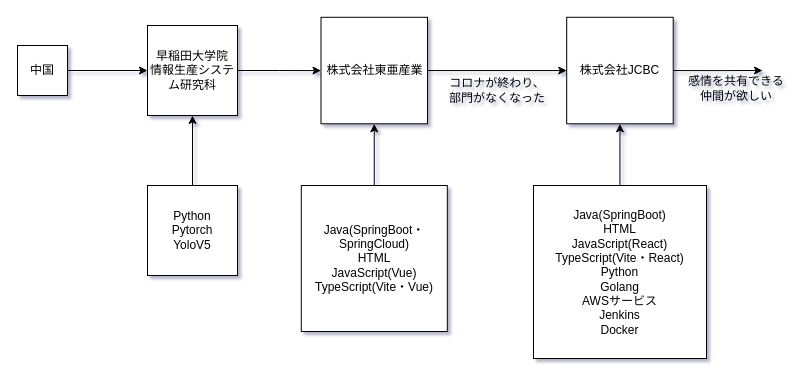
This is 未命名绘图.drawio from LUOXINGYI/LeetCode-learning, a draw.io file, before an edit. Source tidied: cells renumbered, new cells numbered last; positions are measured from the earlier drawing's top-left corner, leaving out a move shared by most shapes. Both pictures are drawn from the tidied source at 100%, with x=0, y=0 at pixel (17, 17).
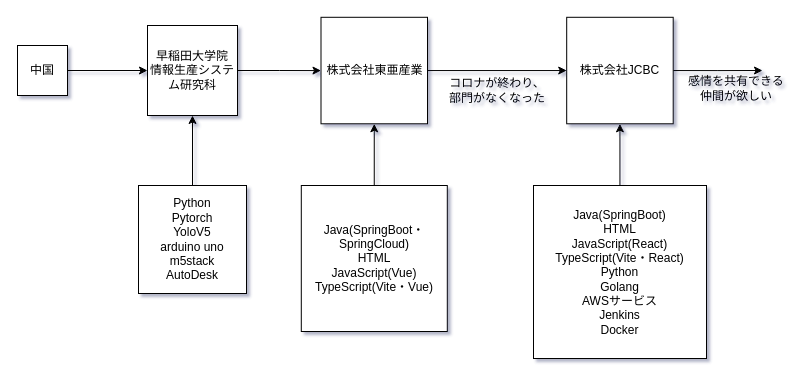
The same diagram, later.

Commit message:
更新未命名绘图.drawio

Diff of the diagram source:
```diff
@@
 <mxGraphModel background="#FFFFFF" shadow="1">
   <root>
     <mxCell id="0" />
     <mxCell id="1" parent="0" />
     <mxCell id="2" style="edgeStyle=orthogonalEdgeStyle;rounded=0;jettySize=auto;html=1;strokeColor=#000000;" parent="1" edge="1" source="3" target="5">
       <mxGeometry relative="1" as="geometry" />
     </mxCell>
     <mxCell id="3" value="中国" style="whiteSpace=wrap;html=1;" parent="1" vertex="1">
       <mxGeometry y="28" width="50" height="50" as="geometry" />
     </mxCell>
     <mxCell id="4" style="edgeStyle=orthogonalEdgeStyle;rounded=0;jettySize=auto;html=1;strokeColor=#000000;" parent="1" edge="1" source="5" target="9">
       <mxGeometry relative="1" as="geometry" />
     </mxCell>
     <mxCell id="5" value="早稲田大学院　情報生産システム研究科" style="whiteSpace=wrap;html=1;" parent="1" vertex="1">
       <mxGeometry x="130" y="8" width="90" height="90" as="geometry" />
     </mxCell>
     <mxCell id="6" style="edgeStyle=orthogonalEdgeStyle;rounded=0;jettySize=auto;html=1;entryX=0.5;entryY=1;entryDx=0;entryDy=0;strokeColor=#000000;" parent="1" edge="1" source="7" target="5">
       <mxGeometry relative="1" as="geometry" />
     </mxCell>
-    <mxCell id="7" value="Python&lt;br&gt;Pytorch&lt;br&gt;YoloV5" style="whiteSpace=wrap;html=1;" parent="1" vertex="1">
-      <mxGeometry x="130" y="168" width="90" height="90" as="geometry" />
+    <mxCell id="7" value="Python&lt;br&gt;Pytorch&lt;br&gt;YoloV5&lt;div&gt;arduino uno&lt;/div&gt;&lt;div&gt;m5stack&lt;/div&gt;&lt;div&gt;AutoDesk&lt;/div&gt;" style="whiteSpace=wrap;html=1;" parent="1" vertex="1">
+      <mxGeometry x="121" y="168" width="108" height="108" as="geometry" />
     </mxCell>
     <mxCell id="8" style="edgeStyle=orthogonalEdgeStyle;rounded=0;jettySize=auto;html=1;strokeColor=#000000;" parent="1" edge="1" source="9" target="13">
       <mxGeometry relative="1" as="geometry" />
     </mxCell>
     <mxCell id="9" value="株式会社東亜産業" style="whiteSpace=wrap;html=1;" parent="1" vertex="1">
       <mxGeometry x="303.5" y="-0.2" width="106.5" height="106.5" as="geometry" />
     </mxCell>
     <mxCell id="10" style="edgeStyle=orthogonalEdgeStyle;rounded=0;jettySize=auto;html=1;entryX=0.5;entryY=1;entryDx=0;entryDy=0;strokeColor=#000000;" parent="1" edge="1" source="11" target="9">
       <mxGeometry relative="1" as="geometry" />
     </mxCell>
     <mxCell id="11" value="Java(SpringBoot・SpringCloud)&lt;br&gt;HTML&lt;br&gt;JavaScript(Vue)&lt;br&gt;TypeScript(Vite・Vue)" style="whiteSpace=wrap;html=1;" parent="1" vertex="1">
       <mxGeometry x="283.8" y="168" width="146" height="146" as="geometry" />
     </mxCell>
     <mxCell id="12" style="edgeStyle=orthogonalEdgeStyle;rounded=0;jettySize=auto;html=1;exitX=1;exitY=0.5;exitDx=0;exitDy=0;strokeColor=#000000;" parent="1" edge="1" source="13">
       <mxGeometry relative="1" as="geometry">
         <mxPoint x="745" y="53" as="targetPoint" />
       </mxGeometry>
     </mxCell>
     <mxCell id="13" value="株式会社JCBC" style="whiteSpace=wrap;html=1;" parent="1" vertex="1">
       <mxGeometry x="549.2" y="-0.2" width="106.5" height="106.5" as="geometry" />
     </mxCell>
     <mxCell id="14" style="edgeStyle=orthogonalEdgeStyle;rounded=0;jettySize=auto;html=1;entryX=0.5;entryY=1;entryDx=0;entryDy=0;strokeColor=#000000;" parent="1" edge="1" source="15" target="13">
       <mxGeometry relative="1" as="geometry" />
     </mxCell>
     <mxCell id="15" value="Java(SpringBoot)&lt;br&gt;HTML&lt;br&gt;JavaScript(React)&lt;br&gt;TypeScript(Vite・React)&lt;br&gt;Python&lt;br&gt;Golang&lt;br&gt;AWSサービス&lt;br&gt;Jenkins&lt;br&gt;Docker" style="whiteSpace=wrap;html=1;" parent="1" vertex="1">
       <mxGeometry x="516" y="168" width="173" height="173" as="geometry" />
     </mxCell>
     <mxCell id="16" value="コロナが終わり、部門がなくなった" style="text;html=1;strokeColor=none;fillColor=none;align=center;verticalAlign=middle;whiteSpace=wrap;rounded=0;" parent="1" vertex="1">
       <mxGeometry x="429.8" y="39.2" width="100" height="67" as="geometry" />
     </mxCell>
     <mxCell id="17" value="感情を共有できる仲間が欲しい" style="text;html=1;strokeColor=none;fillColor=none;align=center;verticalAlign=middle;whiteSpace=wrap;rounded=0;" parent="1" vertex="1">
       <mxGeometry x="669" y="37" width="100" height="67" as="geometry" />
     </mxCell>
   </root>
 </mxGraphModel>
```
